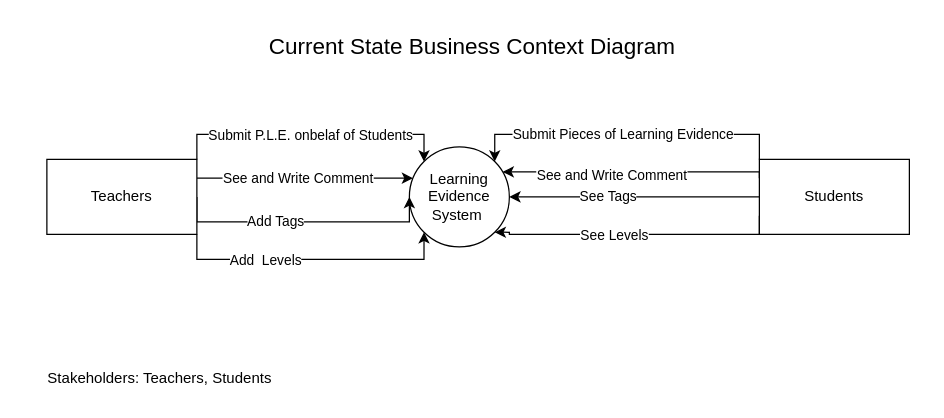
Nish1779/Sktech_Brianstrom keeps this draw.io diagram as Casestudy_BCD.drawio. Above is the earlier version. Source tidied: cells renumbered, new cells numbered last; positions are measured from the earlier drawing's top-left corner, leaving out a move shared by most shapes. Both pictures are drawn from the tidied source at 125%, with x=0, y=0 at pixel (34, 21).
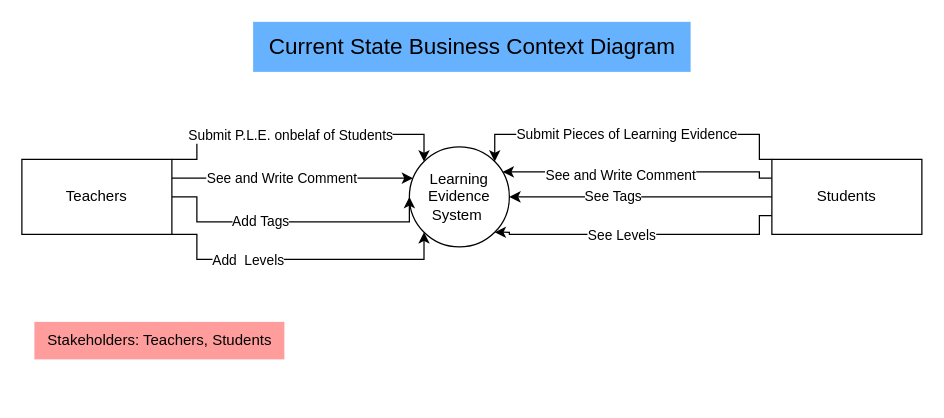
Above is the later version.

Change to the diagram source:
```diff
@@
     <mxCell id="11" value="Students" style="rounded=0;whiteSpace=wrap;html=1;" parent="1" vertex="1">
-      <mxGeometry x="580" y="110" width="120" height="60" as="geometry" />
+      <mxGeometry x="590" y="110" width="120" height="60" as="geometry" />
     </mxCell>
@@
     <mxCell id="20" value="Teachers" style="rounded=0;whiteSpace=wrap;html=1;" parent="1" vertex="1">
-      <mxGeometry x="10" y="110" width="120" height="60" as="geometry" />
+      <mxGeometry x="-10" y="110" width="120" height="60" as="geometry" />
     </mxCell>
-    <mxCell id="21" value="&lt;font style=&quot;font-size: 18px;&quot;&gt;Current State Business Context Diagram&lt;/font&gt;" style="text;html=1;align=center;verticalAlign=middle;strokeColor=none;fillColor=none;" parent="1" vertex="1">
+    <mxCell id="21" value="&lt;font style=&quot;font-size: 18px;&quot;&gt;Current State Business Context Diagram&lt;/font&gt;" style="text;html=1;align=center;verticalAlign=middle;strokeColor=none;fillColor=#66B2FF;" parent="1" vertex="1">
       <mxGeometry x="175" width="350" height="40" as="geometry" />
     </mxCell>
-    <mxCell id="22" value="Stakeholders: Teachers, Students" style="text;html=1;align=center;verticalAlign=middle;strokeColor=none;fillColor=none;" parent="1" vertex="1">
-      <mxGeometry y="270" width="200" height="30" as="geometry" />
+    <mxCell id="22" value="Stakeholders: Teachers, Students" style="text;html=1;align=center;verticalAlign=middle;strokeColor=none;fillColor=#FF9C9C;" parent="1" vertex="1">
+      <mxGeometry y="240" width="200" height="30" as="geometry" />
     </mxCell>
```
